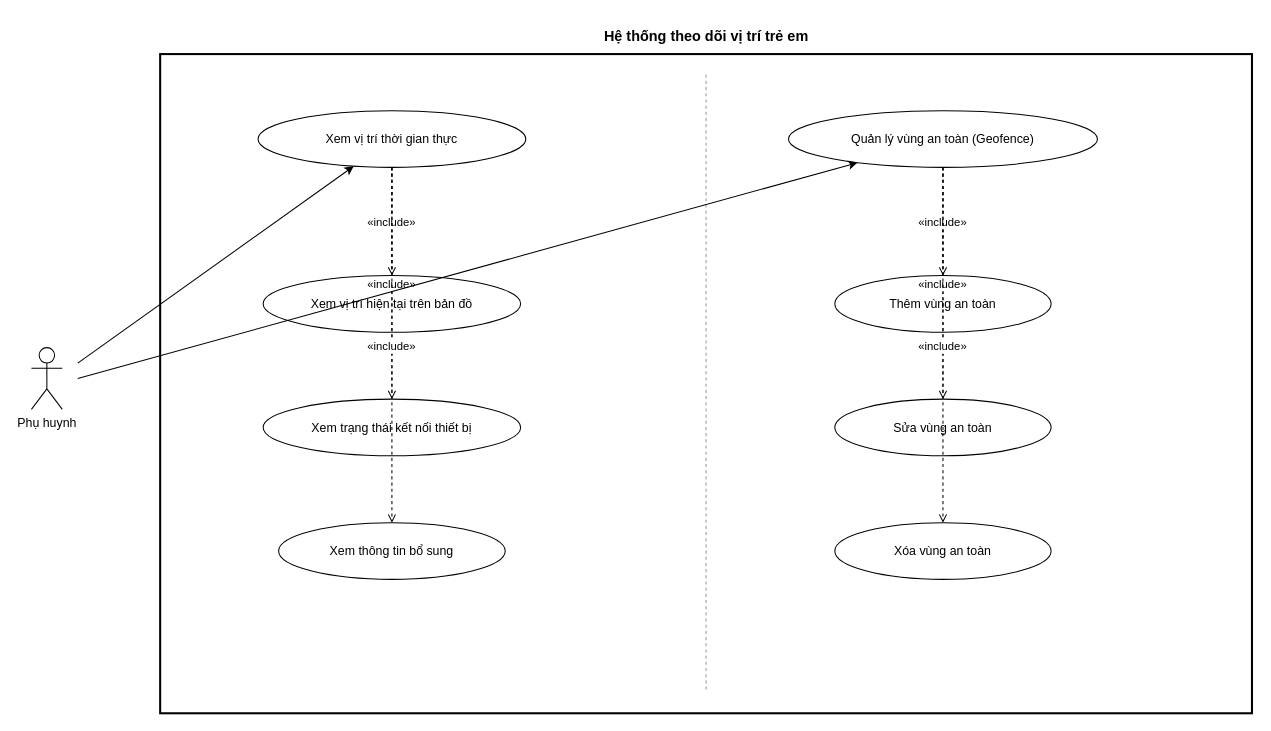
duongngdeptrai/DoAnTotNghiep_Working keeps this draw.io diagram as diagrams/usecase_phan_ra.drawio. Above is the earlier version. Source tidied: cells renumbered, new cells numbered last; positions are measured from the earlier drawing's top-left corner, leaving out a move shared by most shapes. Both pictures are drawn from the tidied source at 103%, with x=0, y=0 at pixel (31, 18).
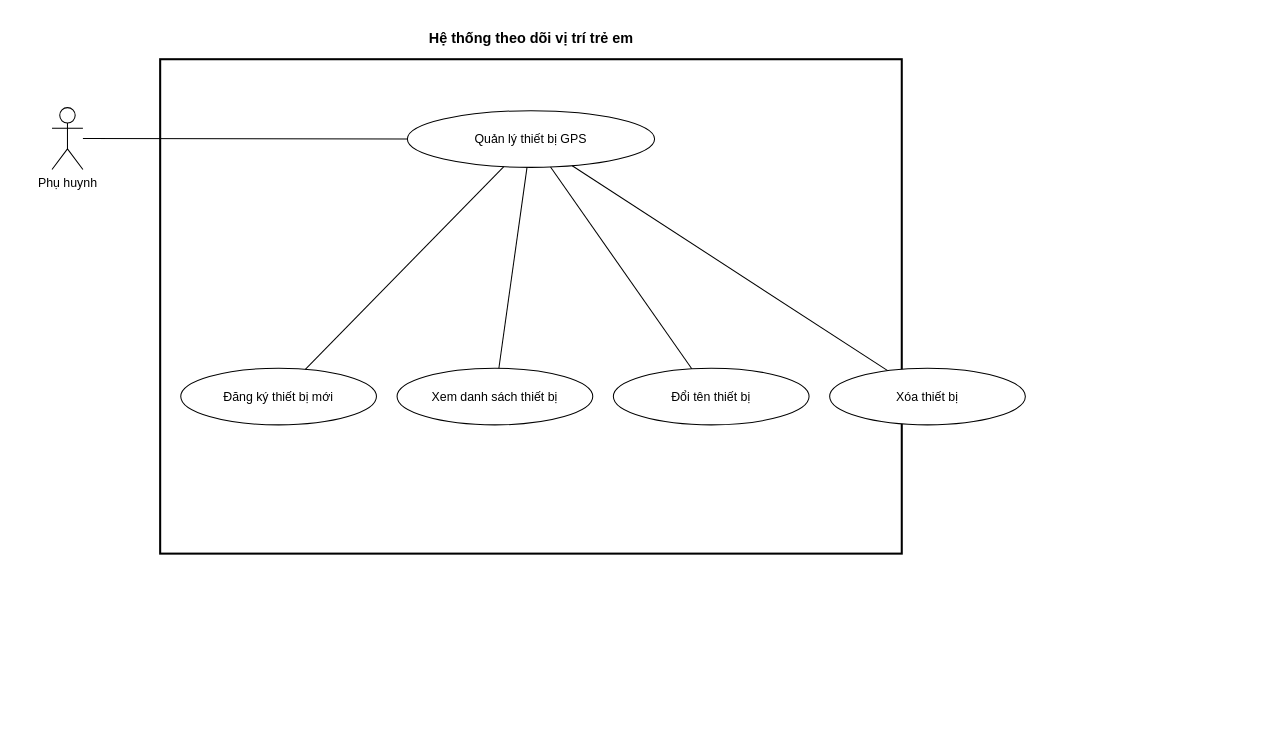
After the change.

The edit, as a diff of the source:
```diff
@@
     <mxCell id="2" style="rounded=0;whiteSpace=wrap;html=1;fillColor=none;strokeColor=#000000;strokeWidth=2;" parent="1" vertex="1">
-      <mxGeometry x="125" y="35" width="1060" height="640" as="geometry" />
+      <mxGeometry x="125" y="40" width="720" height="480" as="geometry" />
     </mxCell>
     <mxCell id="3" value="&lt;b&gt;Hệ thống theo dõi vị trí trẻ em&lt;/b&gt;" style="text;html=1;align=center;verticalAlign=middle;fontSize=14;fillColor=none;strokeColor=none;" parent="1" vertex="1">
-      <mxGeometry x="385" width="540" height="36" as="geometry" />
+      <mxGeometry x="235" y="2" width="500" height="36" as="geometry" />
     </mxCell>
-    <mxCell id="4" style="endArrow=none;dashed=1;strokeColor=#999999;" parent="1" edge="1">
-      <mxGeometry relative="1" as="geometry">
-        <mxPoint x="655" y="55" as="sourcePoint" />
-        <mxPoint x="655" y="655" as="targetPoint" />
-      </mxGeometry>
-    </mxCell>
-    <mxCell id="5" value="Xem vị trí thời gian thực" style="ellipse;whiteSpace=wrap;html=1;fontSize=12;fillColor=#ffffff;strokeColor=#000000;" parent="1" vertex="1">
-      <mxGeometry x="220" y="90" width="260" height="55" as="geometry" />
+    <mxCell id="5" value="Quản lý thiết bị GPS" style="ellipse;whiteSpace=wrap;html=1;fontSize=12;fillColor=#ffffff;strokeColor=#000000;" parent="1" vertex="1">
+      <mxGeometry x="365" y="90" width="240" height="55" as="geometry" />
     </mxCell>
-    <mxCell id="6" value="Xem vị trí hiện tại trên bản đồ" style="ellipse;whiteSpace=wrap;html=1;fontSize=12;fillColor=#ffffff;strokeColor=#000000;" parent="1" vertex="1">
-      <mxGeometry x="225" y="250" width="250" height="55" as="geometry" />
+    <mxCell id="6" value="Đăng ký thiết bị mới" style="ellipse;whiteSpace=wrap;html=1;fontSize=12;fillColor=#ffffff;strokeColor=#000000;" parent="1" vertex="1">
+      <mxGeometry x="145" y="340" width="190" height="55" as="geometry" />
     </mxCell>
-    <mxCell id="7" value="Xem trạng thái kết nối thiết bị" style="ellipse;whiteSpace=wrap;html=1;fontSize=12;fillColor=#ffffff;strokeColor=#000000;" parent="1" vertex="1">
-      <mxGeometry x="225" y="370" width="250" height="55" as="geometry" />
+    <mxCell id="7" value="Xem danh sách thiết bị" style="ellipse;whiteSpace=wrap;html=1;fontSize=12;fillColor=#ffffff;strokeColor=#000000;" parent="1" vertex="1">
+      <mxGeometry x="355" y="340" width="190" height="55" as="geometry" />
     </mxCell>
-    <mxCell id="8" value="Xem thông tin bổ sung" style="ellipse;whiteSpace=wrap;html=1;fontSize=12;fillColor=#ffffff;strokeColor=#000000;" parent="1" vertex="1">
-      <mxGeometry x="240" y="490" width="220" height="55" as="geometry" />
+    <mxCell id="8" value="Đổi tên thiết bị" style="ellipse;whiteSpace=wrap;html=1;fontSize=12;fillColor=#ffffff;strokeColor=#000000;" parent="1" vertex="1">
+      <mxGeometry x="565" y="340" width="190" height="55" as="geometry" />
     </mxCell>
+    <mxCell id="22" value="Xóa thiết bị" style="ellipse;whiteSpace=wrap;html=1;fontSize=12;fillColor=#ffffff;strokeColor=#000000;" parent="1" vertex="1">
+      <mxGeometry x="775" y="340" width="190" height="55" as="geometry" />
+    </mxCell>
-    <mxCell id="9" value="«include»" style="dashed=1;endArrow=open;endFill=0;fontSize=11;" parent="1" edge="1" source="5" target="6">
+    <mxCell id="9" style="endArrow=none;startArrow=none;" parent="1" edge="1" source="5" target="6">
       <mxGeometry relative="1" as="geometry" />
     </mxCell>
-    <mxCell id="10" value="«include»" style="dashed=1;endArrow=open;endFill=0;fontSize=11;" parent="1" edge="1" source="5" target="7">
+    <mxCell id="10" style="endArrow=none;startArrow=none;" parent="1" edge="1" source="5" target="7">
       <mxGeometry relative="1" as="geometry" />
     </mxCell>
-    <mxCell id="11" value="«include»" style="dashed=1;endArrow=open;endFill=0;fontSize=11;" parent="1" edge="1" source="5" target="8">
+    <mxCell id="11" style="endArrow=none;startArrow=none;" parent="1" edge="1" source="5" target="8">
       <mxGeometry relative="1" as="geometry" />
     </mxCell>
-    <mxCell id="12" value="Quản lý vùng an toàn (Geofence)" style="ellipse;whiteSpace=wrap;html=1;fontSize=12;fillColor=#ffffff;strokeColor=#000000;" parent="1" vertex="1">
-      <mxGeometry x="735" y="90" width="300" height="55" as="geometry" />
-    </mxCell>
-    <mxCell id="13" value="Thêm vùng an toàn" style="ellipse;whiteSpace=wrap;html=1;fontSize=12;fillColor=#ffffff;strokeColor=#000000;" parent="1" vertex="1">
-      <mxGeometry x="780" y="250" width="210" height="55" as="geometry" />
-    </mxCell>
-    <mxCell id="14" value="Sửa vùng an toàn" style="ellipse;whiteSpace=wrap;html=1;fontSize=12;fillColor=#ffffff;strokeColor=#000000;" parent="1" vertex="1">
-      <mxGeometry x="780" y="370" width="210" height="55" as="geometry" />
-    </mxCell>
-    <mxCell id="15" value="Xóa vùng an toàn" style="ellipse;whiteSpace=wrap;html=1;fontSize=12;fillColor=#ffffff;strokeColor=#000000;" parent="1" vertex="1">
-      <mxGeometry x="780" y="490" width="210" height="55" as="geometry" />
-    </mxCell>
-    <mxCell id="16" value="«include»" style="dashed=1;endArrow=open;endFill=0;fontSize=11;" parent="1" edge="1" source="12" target="13">
+    <mxCell id="16" style="endArrow=none;startArrow=none;" parent="1" edge="1" source="5" target="22">
       <mxGeometry relative="1" as="geometry" />
     </mxCell>
-    <mxCell id="17" value="«include»" style="dashed=1;endArrow=open;endFill=0;fontSize=11;" parent="1" edge="1" source="12" target="14">
-      <mxGeometry relative="1" as="geometry" />
-    </mxCell>
-    <mxCell id="18" value="«include»" style="dashed=1;endArrow=open;endFill=0;fontSize=11;" parent="1" edge="1" source="12" target="15">
-      <mxGeometry relative="1" as="geometry" />
-    </mxCell>
     <mxCell id="19" value="Phụ huynh" style="shape=umlActor;verticalLabelPosition=bottom;verticalAlign=top;html=1;outlineConnect=0;" parent="1" vertex="1">
-      <mxGeometry y="320" width="30" height="60" as="geometry" />
+      <mxGeometry x="20" y="87" width="30" height="60" as="geometry" />
     </mxCell>
-    <mxCell id="20" style="edgeStyle=none;" parent="1" edge="1" target="5">
-      <mxGeometry relative="1" as="geometry">
-        <mxPoint x="45" y="335" as="sourcePoint" />
-      </mxGeometry>
+    <mxCell id="20" style="endArrow=none;startArrow=none;" parent="1" edge="1" source="19" target="5">
+      <mxGeometry relative="1" as="geometry" />
     </mxCell>
-    <mxCell id="21" style="edgeStyle=none;" parent="1" edge="1" target="12">
-      <mxGeometry relative="1" as="geometry">
-        <mxPoint x="45" y="350" as="sourcePoint" />
-      </mxGeometry>
-    </mxCell>
```
